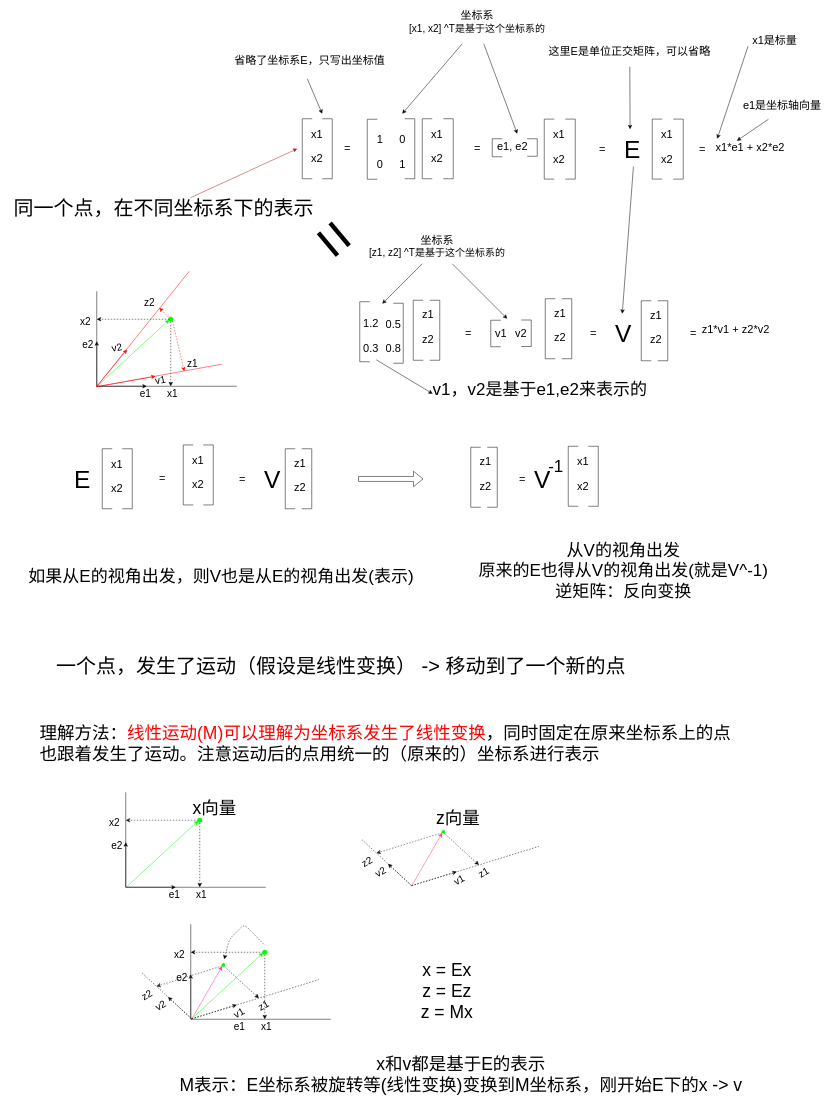
wumin199/wm-blog-image keeps this draw.io diagram as page "矩阵变换的理解" (1 of 3) of images/2023/power-of-matrix/power-of-matrix.drawio. Above is the earlier version. Source tidied: cells renumbered, new cells numbered last; positions are measured from the earlier drawing's top-left corner, leaving out a move shared by most shapes. Both pictures are drawn from the tidied source at 50%, with x=0, y=0 at pixel (8, 8).
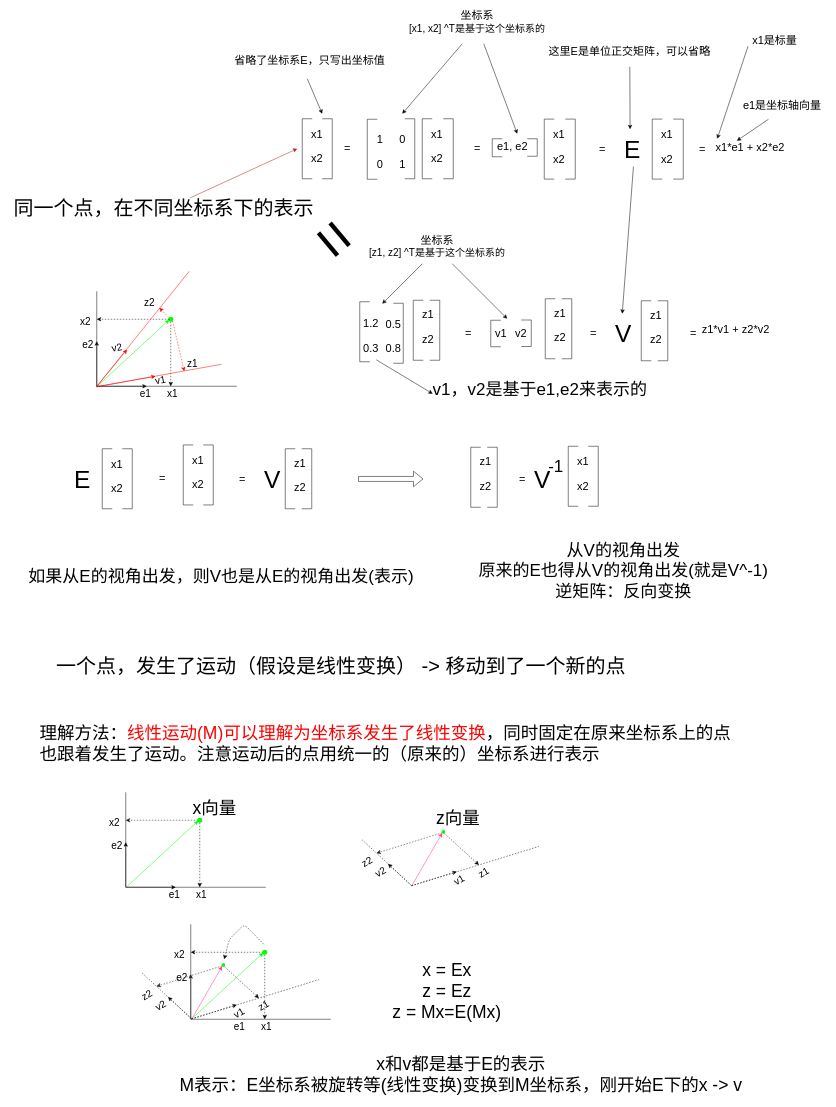
After the change.

Diff of the diagram source:
```diff
@@
-    <mxCell id="91" value="x = Ex&lt;br&gt;z = Ez&lt;br&gt;z = Mx" style="text;html=1;align=center;verticalAlign=middle;strokeColor=none;fillColor=none;fontSize=35;strokeWidth=27;fontColor=#000000;" parent="1" vertex="1">
-      <mxGeometry x="815" y="1894" width="122" height="138" as="geometry" />
+    <mxCell id="91" value="x = Ex&lt;br&gt;z = Ez&lt;br&gt;z = Mx=E(Mx)" style="text;html=1;align=center;verticalAlign=middle;strokeColor=none;fillColor=none;fontSize=35;strokeWidth=27;fontColor=#000000;" parent="1" vertex="1">
+      <mxGeometry x="758" y="1894" width="236" height="138" as="geometry" />
     </mxCell>
```
